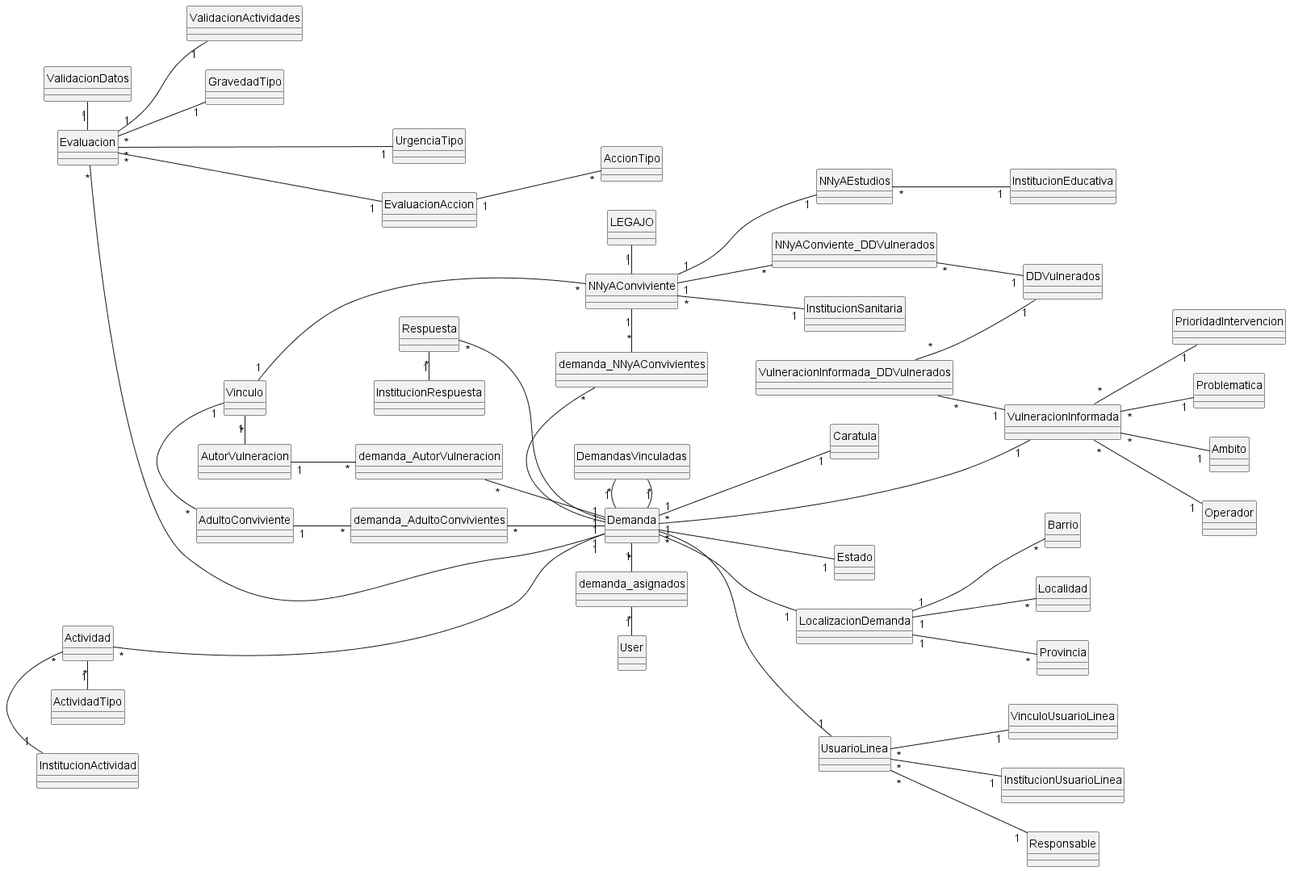
Above: docs/db/just_entities_relationship.png in fosc-hub/SENAF-RUNNA-db-backend (PlantUML), before the change.
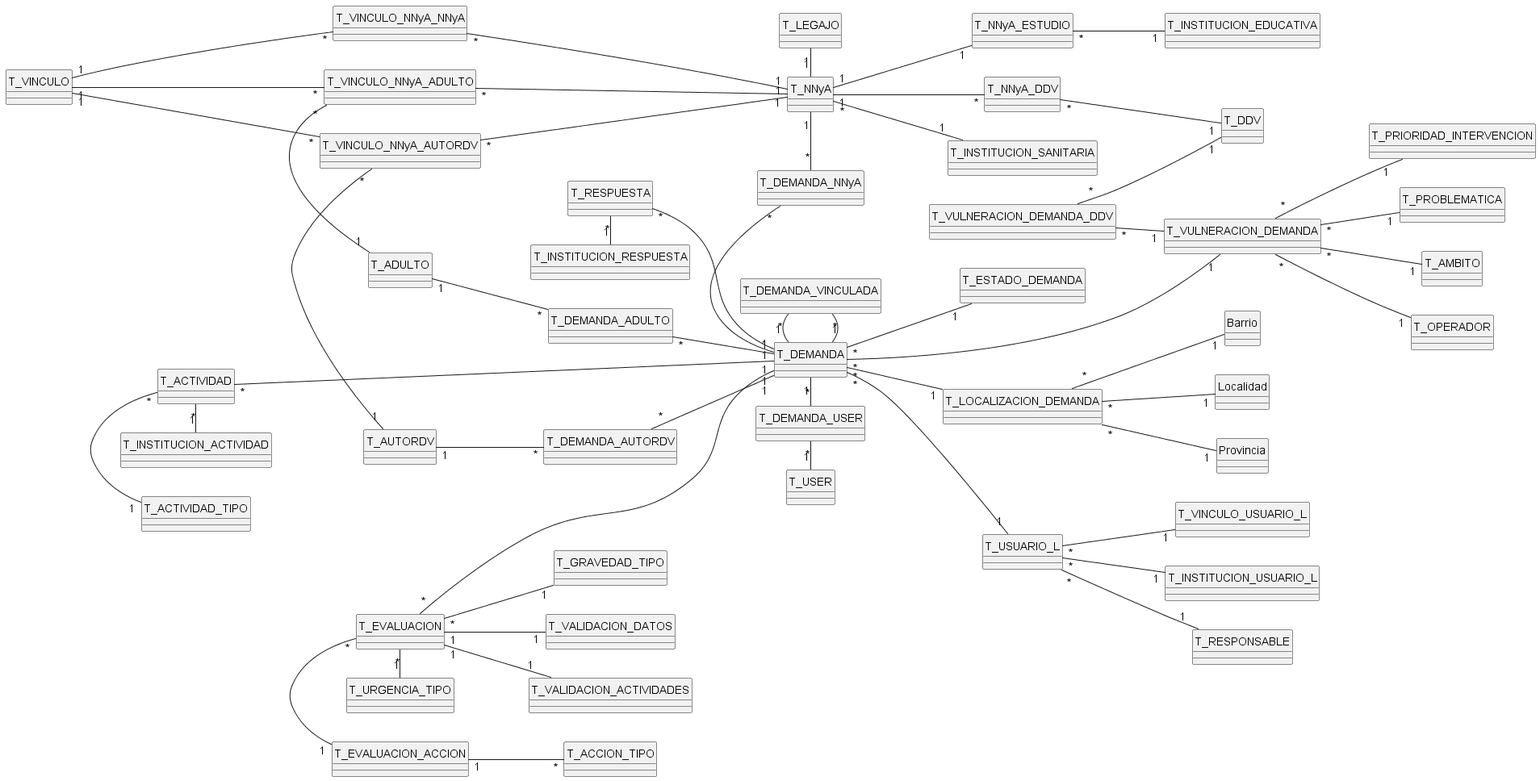
Above is the later version.

What changed in the source:
```diff
@@ -6,66 +6,70 @@
 hide circle
 left to right direction
 
-demanda_asignados "*" - "1" User
-Demanda "1" - "*" demanda_asignados
-Demanda "1" -- "1" Caratula
-Demanda "*" -- "1" Estado
+T_DEMANDA_USER "*" - "1" T_USER
+T_DEMANDA "1" - "*" T_DEMANDA_USER
+T_DEMANDA "*" -- "1" T_ESTADO_DEMANDA
 
-Demanda "1" -- "1" LocalizacionDemanda
-LocalizacionDemanda "1" -- "*" Barrio
-LocalizacionDemanda "1" -- "*" Localidad
-LocalizacionDemanda "1" -- "*" Provincia
+T_DEMANDA "*" -- "1" T_LOCALIZACION_DEMANDA
+T_LOCALIZACION_DEMANDA "*" -- "1" Barrio
+T_LOCALIZACION_DEMANDA "*" -- "1" Localidad
+T_LOCALIZACION_DEMANDA "*" -- "1" Provincia
 
-demanda_NNyAConvivientes "*" - "1" Demanda
-NNyAConviviente "1" - "*" demanda_NNyAConvivientes
-NNyAConviviente "1" -- "*" NNyAConviente_DDVulnerados
-NNyAConviente_DDVulnerados "*" -- "1" DDVulnerados
-NNyAConviviente "1" -- "1" NNyAEstudios
-NNyAEstudios "*" -- "1" InstitucionEducativa
-NNyAConviviente "*" -- "1" InstitucionSanitaria
-Vinculo "1" --- "*" NNyAConviviente
+T_DEMANDA_NNyA "*" - "1" T_DEMANDA
+T_NNyA "1" - "*" T_DEMANDA_NNyA
+T_NNyA "1" -- "*" T_NNyA_DDV
+T_NNyA_DDV "*" -- "1" T_DDV
+T_NNyA "1" -- "1" T_NNyA_ESTUDIO
+T_NNyA_ESTUDIO "*" -- "1" T_INSTITUCION_EDUCATIVA
+T_NNyA "*" -- "1" T_INSTITUCION_SANITARIA
+T_VINCULO_NNyA_ADULTO "*" --- "1" T_NNyA
+T_VINCULO_NNyA_AUTORDV "*" --- "1" T_NNyA
+T_VINCULO_NNyA_NNyA "*" --- "1" T_NNyA
+T_VINCULO "1" --- "*" T_VINCULO_NNyA_NNyA
 
-demanda_AdultoConvivientes "*" -- "1" Demanda
-AdultoConviviente "1" -- "*" demanda_AdultoConvivientes
-Vinculo "1" - "*" AdultoConviviente
+T_DEMANDA_ADULTO "*" -- "1" T_DEMANDA
+T_ADULTO "1" -- "*" T_DEMANDA_ADULTO
+T_VINCULO_NNyA_ADULTO "*" - "1" T_ADULTO
+T_VINCULO "1" --- "*" T_VINCULO_NNyA_ADULTO
 
-demanda_AutorVulneracion "*" -- "1" Demanda
-AutorVulneracion "1" -- "*" demanda_AutorVulneracion
-Vinculo "1" - "*" AutorVulneracion
+T_DEMANDA_AUTORDV "*" -- "1" T_DEMANDA
+T_AUTORDV "1" -- "*" T_DEMANDA_AUTORDV
+T_VINCULO_NNyA_AUTORDV "*" - "1" T_AUTORDV
+T_VINCULO "1" --- "*" T_VINCULO_NNyA_AUTORDV
 
-Demanda "*" -- "1" UsuarioLinea
-UsuarioLinea "*" -- "1" VinculoUsuarioLinea
-UsuarioLinea "*" -- "1" InstitucionUsuarioLinea
-UsuarioLinea "*" -- "1" Responsable
+T_DEMANDA "*" -- "1" T_USUARIO_L
+T_USUARIO_L "*" -- "1" T_VINCULO_USUARIO_L
+T_USUARIO_L "*" -- "1" T_INSTITUCION_USUARIO_L
+T_USUARIO_L "*" -- "1" T_RESPONSABLE
 
-Demanda "*" --- "1" VulneracionInformada
-VulneracionInformada_DDVulnerados "*" -- "1" VulneracionInformada
-VulneracionInformada_DDVulnerados "*" -- "1" DDVulnerados
-VulneracionInformada "*" -- "1" PrioridadIntervencion
-VulneracionInformada "*" -- "1" Problematica
-VulneracionInformada "*" -- "1" Ambito
-VulneracionInformada "*" -- "1" Operador
+T_DEMANDA "*" --- "1" T_VULNERACION_DEMANDA
+T_VULNERACION_DEMANDA_DDV "*" -- "1" T_VULNERACION_DEMANDA
+T_VULNERACION_DEMANDA_DDV "*" -- "1" T_DDV
+T_VULNERACION_DEMANDA "*" -- "1" T_PRIORIDAD_INTERVENCION
+T_VULNERACION_DEMANDA "*" -- "1" T_PROBLEMATICA
+T_VULNERACION_DEMANDA "*" -- "1" T_AMBITO
+T_VULNERACION_DEMANDA "*" -- "1" T_OPERADOR
 
-Actividad "*" ---- "1" Demanda
-Actividad "*" - "1" ActividadTipo
-Actividad "*" - "1" InstitucionActividad
+T_ACTIVIDAD "*" ---- "1" T_DEMANDA
+T_ACTIVIDAD "*" - "1" T_ACTIVIDAD_TIPO
+T_ACTIVIDAD "*" - "1" T_INSTITUCION_ACTIVIDAD
 
-Respuesta "*" -- "1" Demanda
-Respuesta "*" - "1" InstitucionRespuesta
+T_RESPUESTA "*" -- "1" T_DEMANDA
+T_RESPUESTA "*" - "1" T_INSTITUCION_RESPUESTA
 
-DemandasVinculadas "*" - "1" Demanda
-DemandasVinculadas "*" - "1" Demanda
+T_DEMANDA_VINCULADA "*" - "1" T_DEMANDA
+T_DEMANDA_VINCULADA "*" - "1" T_DEMANDA
 
-Evaluacion "*" --down-- "1" Demanda
-Evaluacion "1" -left- "1" ValidacionDatos
-Evaluacion "1" -- "1" ValidacionActividades
-Evaluacion "*" -- "1" GravedadTipo
-Evaluacion "*" --- "1" UrgenciaTipo
+T_EVALUACION "*" --- "1" T_DEMANDA
+T_EVALUACION "1" -- "1" T_VALIDACION_DATOS
+T_EVALUACION "1" -- "1" T_VALIDACION_ACTIVIDADES
+T_EVALUACION "*" -- "1" T_GRAVEDAD_TIPO
+T_EVALUACION "*" - "1" T_URGENCIA_TIPO
 
-Evaluacion "*" --- "1" EvaluacionAccion
-EvaluacionAccion "1" --"*" AccionTipo
+T_EVALUACION "*" - "1" T_EVALUACION_ACCION
+T_EVALUACION_ACCION "1" --"*" T_ACCION_TIPO
 
-LEGAJO "1" - "1" NNyAConviviente
+T_LEGAJO "1" - "1" T_NNyA
 
 
 @enduml
```
